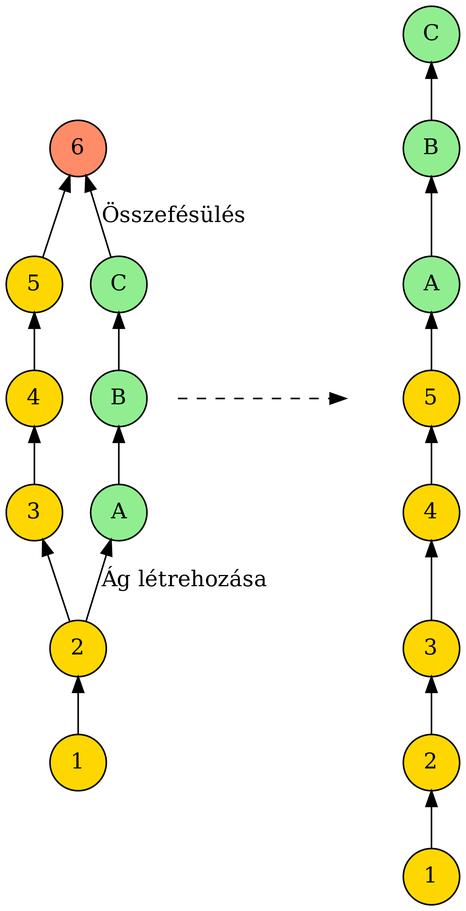
Earlier version of the Graphviz export 1_git/doc/graphs/git_20.png (basictask/Adatbanyaszat). Its source is kept beside it as 1_git/doc/graphs/git_20.dot.
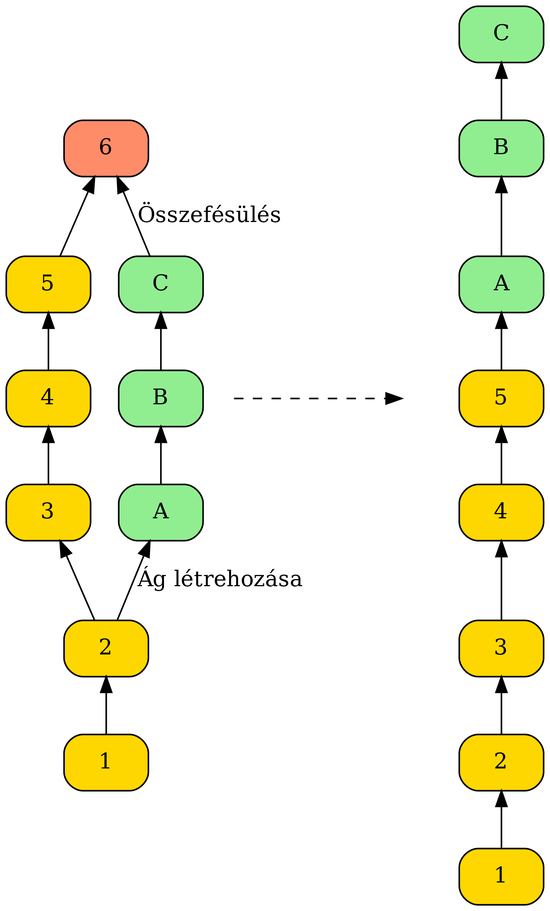
After the commit.

What changed in the source:
```diff
@@ -2,15 +2,15 @@
     graph [dpi=300]
     rankdir="BT"
 
-    c1_1 [label="1", shape="circle", style="filled", fillcolor="gold"]
-    c2_1 [label="2", shape="circle", style="filled", fillcolor="gold"]
-    c3_1 [label="3", shape="circle", style="filled", fillcolor="gold"]
-    c4_1 [label="4", shape="circle", style="filled", fillcolor="gold"]
-    c5_1 [label="5", shape="circle", style="filled", fillcolor="gold"]
-    c6_1 [label="6", shape="circle", style="filled", fillcolor="salmon1"]
-    ca_1 [label="A", shape="circle", style="filled", fillcolor="lightgreen"]
-    cb_1 [label="B", shape="circle", style="filled", fillcolor="lightgreen"]
-    cc_1 [label="C", shape="circle", style="filled", fillcolor="lightgreen"]
+    c1_1 [label="1", shape="rect", style="filled, rounded", fillcolor="gold"]
+    c2_1 [label="2", shape="rect", style="filled, rounded", fillcolor="gold"]
+    c3_1 [label="3", shape="rect", style="filled, rounded", fillcolor="gold"]
+    c4_1 [label="4", shape="rect", style="filled, rounded", fillcolor="gold"]
+    c5_1 [label="5", shape="rect", style="filled, rounded", fillcolor="gold"]
+    c6_1 [label="6", shape="rect", style="filled, rounded", fillcolor="salmon1"]
+    ca_1 [label="A", shape="rect", style="filled, rounded", fillcolor="lightgreen"]
+    cb_1 [label="B", shape="rect", style="filled, rounded", fillcolor="lightgreen"]
+    cc_1 [label="C", shape="rect", style="filled, rounded", fillcolor="lightgreen"]
 
     c1_1 -> c2_1
     c2_1 -> c3_1
@@ -23,14 +23,14 @@
     c2_1 -> ca_1 [label="Ág létrehozása"]
     cc_1 -> c6_1 [label="Összefésülés"]
 
-    c1_2 [label="1", shape="circle", style="filled", fillcolor="gold"]
-    c2_2 [label="2", shape="circle", style="filled", fillcolor="gold"]
-    c3_2 [label="3", shape="circle", style="filled", fillcolor="gold"]
-    c4_2 [label="4", shape="circle", style="filled", fillcolor="gold"]
-    c5_2 [label="5", shape="circle", style="filled", fillcolor="gold"]
-    ca_2 [label="A", shape="circle", style="filled", fillcolor="lightgreen"]
-    cb_2 [label="B", shape="circle", style="filled", fillcolor="lightgreen"]
-    cc_2 [label="C", shape="circle", style="filled", fillcolor="lightgreen"]
+    c1_2 [label="1", shape="rect", style="filled, rounded", fillcolor="gold"]
+    c2_2 [label="2", shape="rect", style="filled, rounded", fillcolor="gold"]
+    c3_2 [label="3", shape="rect", style="filled, rounded", fillcolor="gold"]
+    c4_2 [label="4", shape="rect", style="filled, rounded", fillcolor="gold"]
+    c5_2 [label="5", shape="rect", style="filled, rounded", fillcolor="gold"]
+    ca_2 [label="A", shape="rect", style="filled, rounded", fillcolor="lightgreen"]
+    cb_2 [label="B", shape="rect", style="filled, rounded", fillcolor="lightgreen"]
+    cc_2 [label="C", shape="rect", style="filled, rounded", fillcolor="lightgreen"]
 
     c1_2 -> c2_2 -> c3_2 -> c4_2 -> c5_2 -> ca_2 -> cb_2 -> cc_2
 
```
